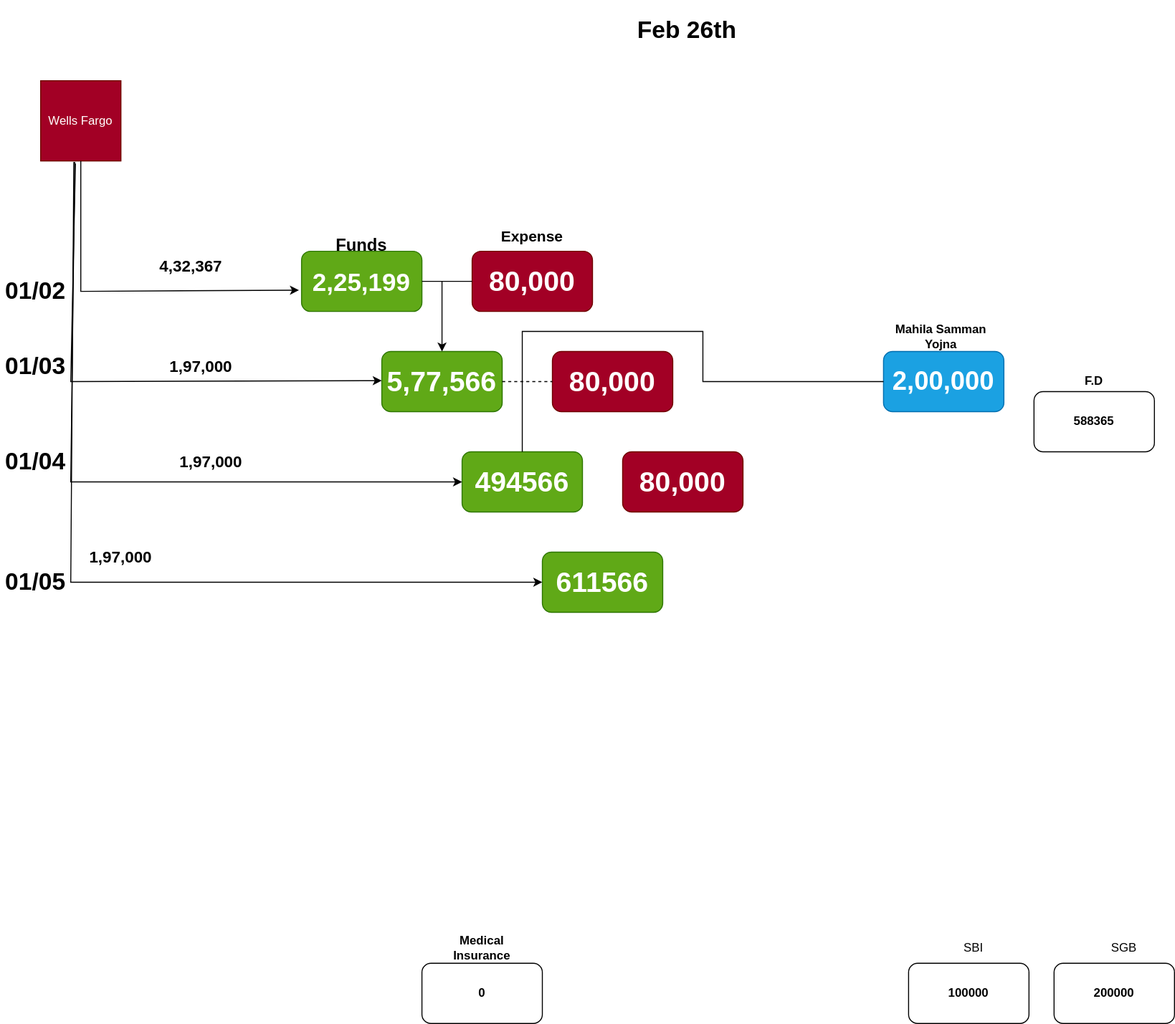
Before: Investments.drawio.svg, a diagram exported from draw.io (uchiharizvi/design-diagrams). Source tidied: cells renumbered, new cells last; positions are measured from the earlier drawing's top-left corner, leaving out a move shared by most shapes.
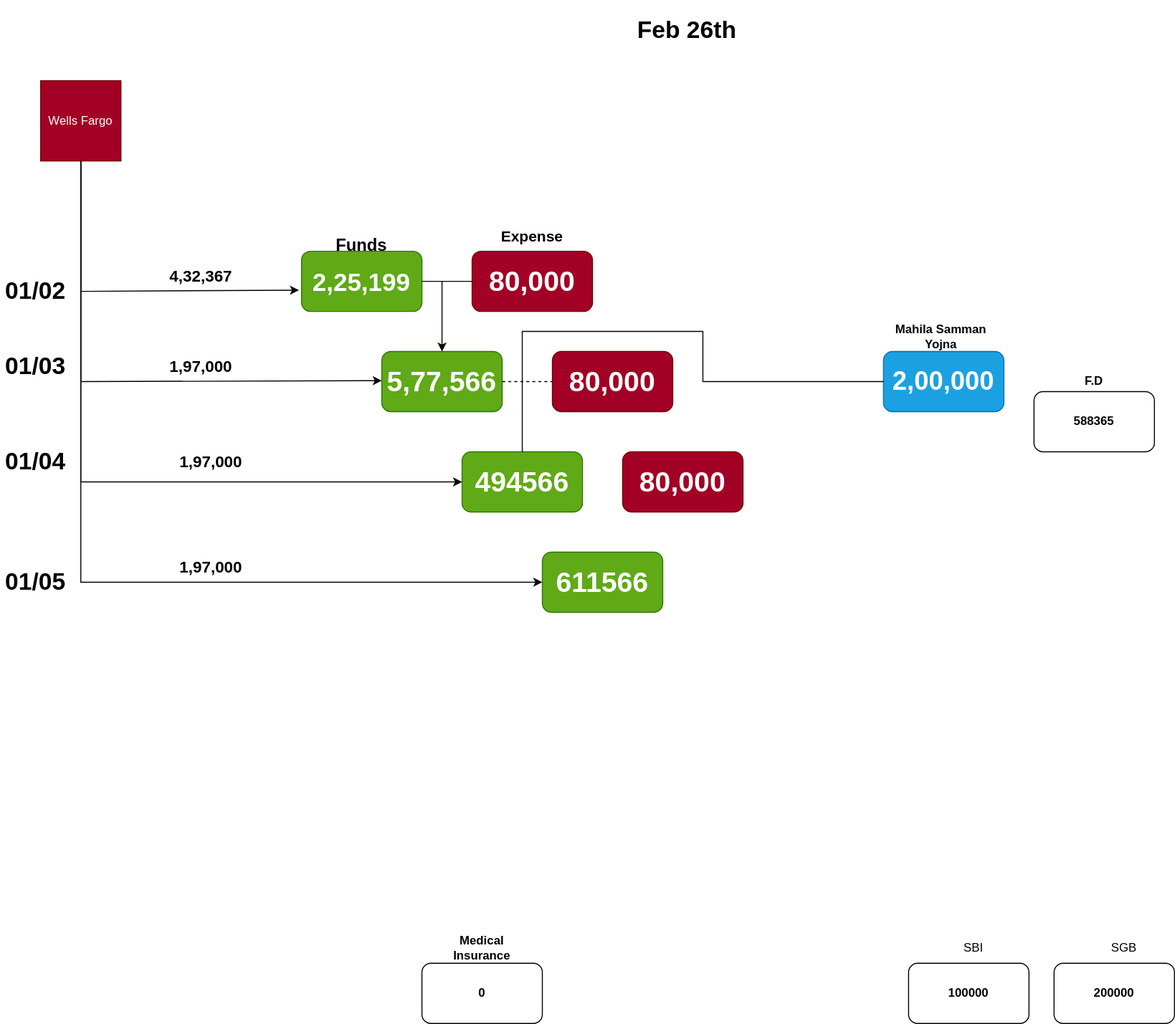
The same file after the commit.

Change to the diagram source:
```diff
@@ -80,10 +80,10 @@
     <mxCell id="25" value="&lt;font style=&quot;font-size: 28px;&quot;&gt;494566&lt;/font&gt;" style="rounded=1;whiteSpace=wrap;html=1;fontStyle=1;fillColor=#60a917;fontColor=#ffffff;strokeColor=#2D7600;" parent="1" vertex="1">
       <mxGeometry x="460" y="440" width="120" height="60" as="geometry" />
     </mxCell>
-    <mxCell id="26" style="endArrow=classic;html=1;rounded=0;exitX=0.425;exitY=1.013;exitDx=0;exitDy=0;exitPerimeter=0;entryX=0;entryY=0.5;entryDx=0;entryDy=0;" parent="1" edge="1" source="11" target="25">
+    <mxCell id="26" style="endArrow=classic;html=1;rounded=0;exitX=0.5;exitY=1;exitDx=0;exitDy=0;entryX=0;entryY=0.5;entryDx=0;entryDy=0;" parent="1" edge="1" source="11" target="25">
       <mxGeometry relative="1" as="geometry">
         <Array as="points">
-          <mxPoint x="70" y="470" />
+          <mxPoint x="80" y="470" />
         </Array>
       </mxGeometry>
     </mxCell>
@@ -121,29 +121,31 @@
         <mxPoint x="520" y="370" as="targetPoint" />
       </mxGeometry>
     </mxCell>
-    <mxCell id="35" style="endArrow=classic;html=1;rounded=0;exitX=0.433;exitY=1.033;exitDx=0;exitDy=0;entryX=0;entryY=0.5;entryDx=0;entryDy=0;exitPerimeter=0;" parent="1" edge="1" source="11">
+    <mxCell id="35" style="endArrow=classic;html=1;rounded=0;entryX=0;entryY=0.5;entryDx=0;entryDy=0;" parent="1" edge="1">
       <mxGeometry relative="1" as="geometry">
+        <mxPoint x="80" y="150" as="sourcePoint" />
         <mxPoint x="380" y="369" as="targetPoint" />
         <Array as="points">
-          <mxPoint x="70" y="370" />
+          <mxPoint x="80" y="370" />
         </Array>
       </mxGeometry>
     </mxCell>
     <mxCell id="36" value="&lt;font style=&quot;font-size: 16px;&quot;&gt;1,97,000&lt;/font&gt;" style="text;html=1;align=center;verticalAlign=middle;whiteSpace=wrap;rounded=0;fontStyle=1;" parent="1" vertex="1">
       <mxGeometry x="170" y="340" width="60" height="30" as="geometry" />
     </mxCell>
-    <mxCell id="37" style="endArrow=classic;html=1;rounded=0;exitX=0.413;exitY=1.013;exitDx=0;exitDy=0;exitPerimeter=0;entryX=0;entryY=0.5;entryDx=0;entryDy=0;" parent="1" edge="1" source="11" target="30">
+    <mxCell id="37" style="endArrow=classic;html=1;rounded=0;entryX=0;entryY=0.5;entryDx=0;entryDy=0;" parent="1" edge="1" target="30">
       <mxGeometry relative="1" as="geometry">
+        <mxPoint x="80" y="150" as="sourcePoint" />
         <Array as="points">
-          <mxPoint x="70" y="570" />
+          <mxPoint x="80" y="570" />
         </Array>
       </mxGeometry>
     </mxCell>
     <mxCell id="38" value="&lt;font style=&quot;font-size: 16px;&quot;&gt;1,97,000&lt;/font&gt;" style="text;html=1;align=center;verticalAlign=middle;whiteSpace=wrap;rounded=0;fontStyle=1;" parent="1" vertex="1">
-      <mxGeometry x="90" y="530" width="60" height="30" as="geometry" />
+      <mxGeometry x="180" y="540" width="60" height="30" as="geometry" />
     </mxCell>
     <mxCell id="39" value="&lt;font style=&quot;font-size: 16px;&quot;&gt;4,32,367&lt;/font&gt;" style="text;html=1;align=center;verticalAlign=middle;whiteSpace=wrap;rounded=0;fontStyle=1;" parent="1" vertex="1">
-      <mxGeometry x="160" y="240" width="60" height="30" as="geometry" />
+      <mxGeometry x="170" y="250" width="60" height="30" as="geometry" />
     </mxCell>
   </root>
 </mxGraphModel>
```
